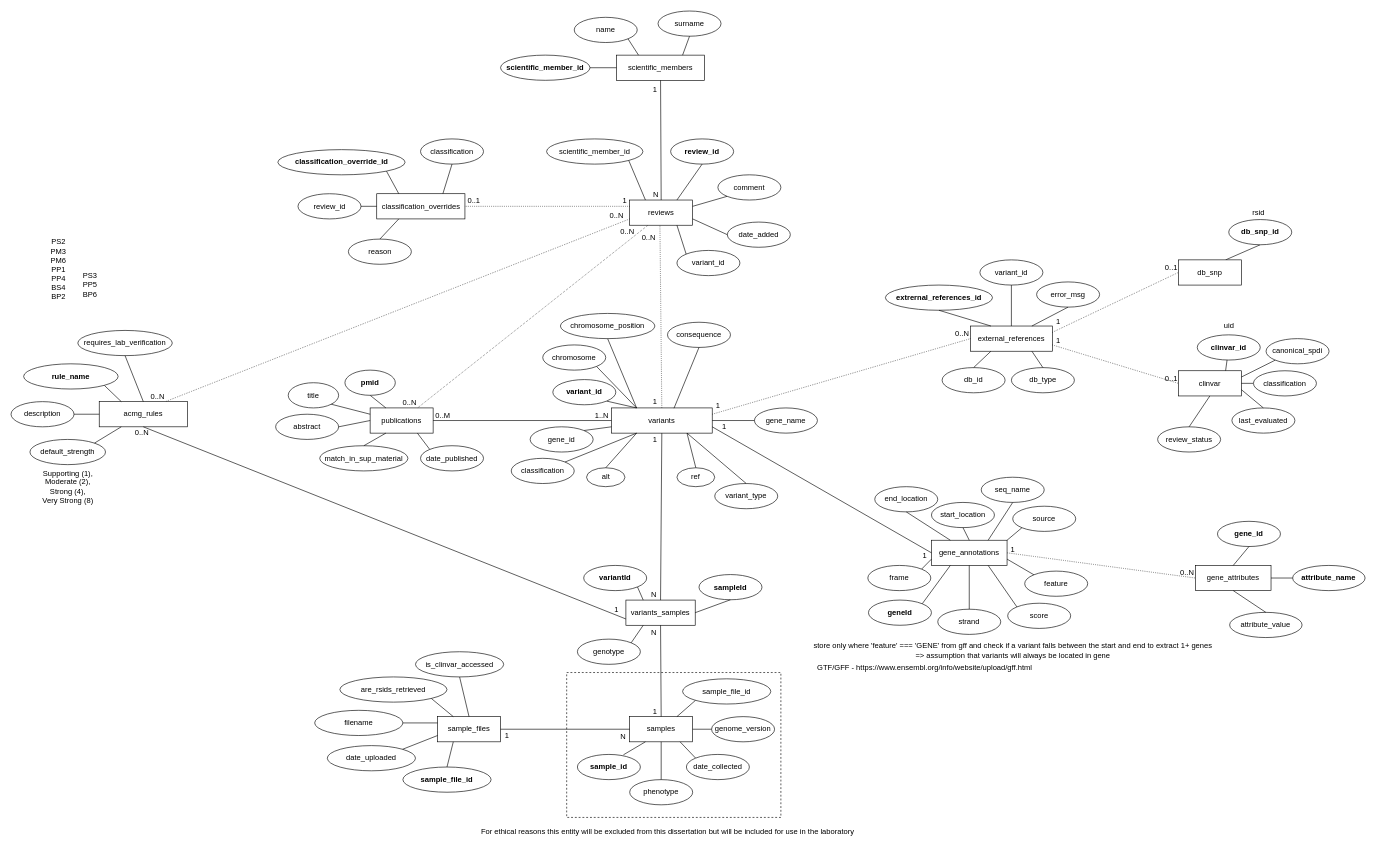
Before: page "Page-2" (2 of 2) of Flowcharts/ERD.drawio in estherspiteri/VUSVista, a draw.io diagram. Source tidied: cells renumbered, new cells numbered last; positions are measured from the earlier drawing's top-left corner, leaving out a move shared by most shapes. Both pictures are drawn from the tidied source at 63%, with x=0, y=0 at pixel (11, 11).
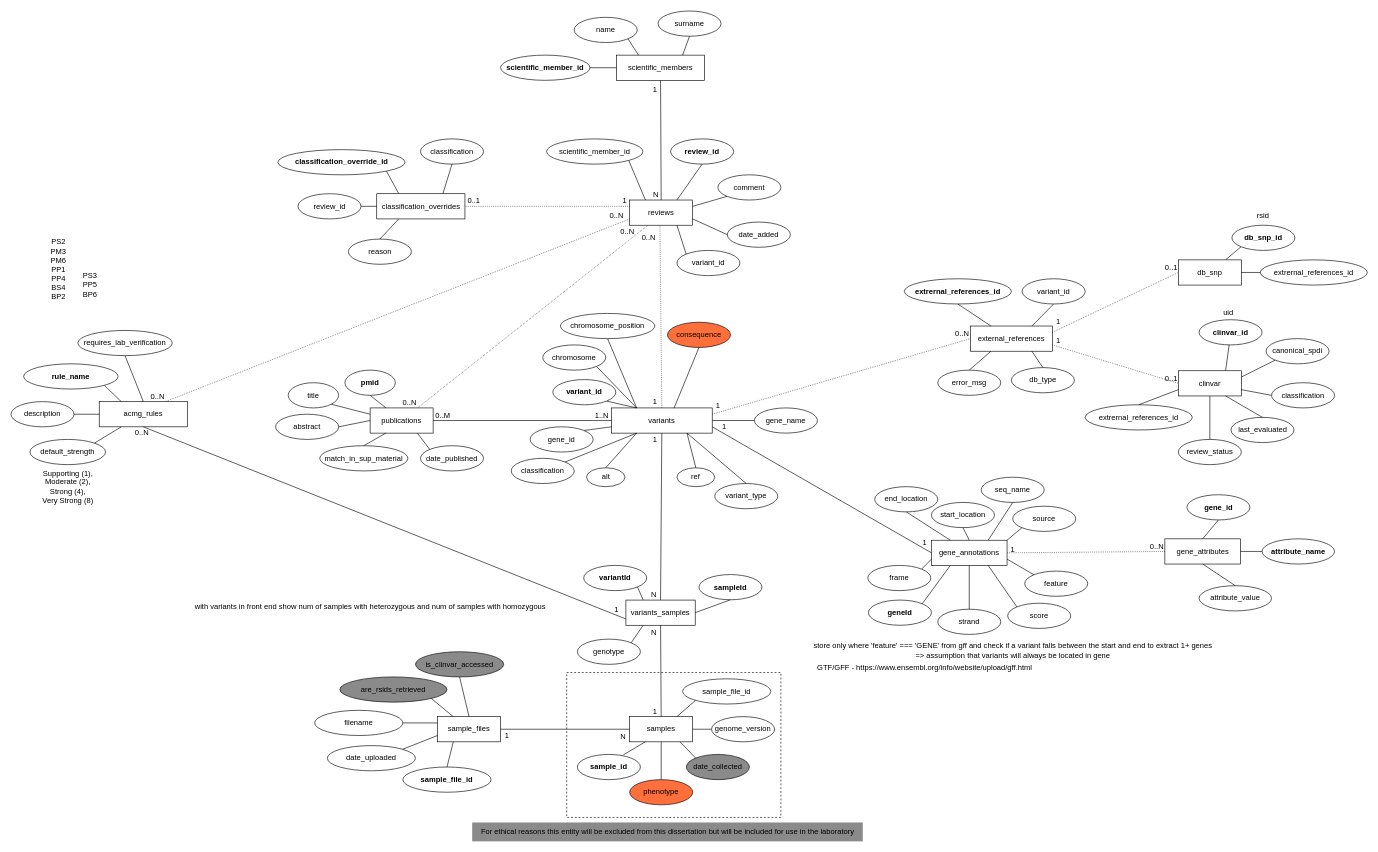
The same diagram, later.

The change refers to these unchanged cells:
```xml
<mxCell id="48" value="external_references" style="whiteSpace=wrap;html=1;align=center;" parent="1" vertex="1">
  <mxGeometry x="1522.9" y="500" width="130" height="40" as="geometry" />
</mxCell>
<mxCell id="61" style="endArrow=none;html=1;rounded=0;exitX=1;exitY=0.75;exitDx=0;exitDy=0;entryX=0;entryY=0.5;entryDx=0;entryDy=0;" parent="1" edge="1" source="3" target="31">
  <mxGeometry relative="1" as="geometry" />
</mxCell>
<mxCell id="65" value="db_snp" style="whiteSpace=wrap;html=1;align=center;" parent="1" vertex="1">
  <mxGeometry x="1852.9" y="395" width="100" height="40" as="geometry" />
</mxCell>
<mxCell id="70" value="clinvar" style="whiteSpace=wrap;html=1;align=center;" parent="1" vertex="1">
  <mxGeometry x="1852.9" y="571" width="100" height="40" as="geometry" />
</mxCell>
```

The edit, as a diff of the source:
```diff
@@
-    <mxCell id="50" value="db_id" style="ellipse;whiteSpace=wrap;html=1;align=center;" parent="1" vertex="1">
-      <mxGeometry x="1477.9" y="566" width="100" height="40" as="geometry" />
-    </mxCell>
     <mxCell id="51" value="error_msg" style="ellipse;whiteSpace=wrap;html=1;align=center;" parent="1" vertex="1">
-      <mxGeometry x="1627.9" y="430" width="100" height="40" as="geometry" />
+      <mxGeometry x="1471" y="570" width="100" height="40" as="geometry" />
     </mxCell>
-    <mxCell id="52" style="endArrow=none;html=1;rounded=0;exitX=0.5;exitY=1;exitDx=0;exitDy=0;entryX=0.75;entryY=0;entryDx=0;entryDy=0;" parent="1" edge="1" source="154" target="65">
+    <mxCell id="52" style="endArrow=none;html=1;rounded=0;exitX=0;exitY=1;exitDx=0;exitDy=0;entryX=0.75;entryY=0;entryDx=0;entryDy=0;" parent="1" edge="1" source="154" target="65">
       <mxGeometry relative="1" as="geometry" />
     </mxCell>
-    <mxCell id="53" style="endArrow=none;html=1;rounded=0;exitX=0.5;exitY=0;exitDx=0;exitDy=0;entryX=0.25;entryY=1;entryDx=0;entryDy=0;" parent="1" edge="1" source="50" target="48">
-      <mxGeometry relative="1" as="geometry" />
-    </mxCell>
-    <mxCell id="54" style="endArrow=none;html=1;rounded=0;entryX=0.75;entryY=0;entryDx=0;entryDy=0;exitX=0.5;exitY=1;exitDx=0;exitDy=0;" parent="1" edge="1" source="51" target="48">
+    <mxCell id="54" style="endArrow=none;html=1;rounded=0;entryX=0.25;entryY=1;entryDx=0;entryDy=0;exitX=0.5;exitY=0;exitDx=0;exitDy=0;" parent="1" edge="1" source="51" target="48">
       <mxGeometry relative="1" as="geometry" />
     </mxCell>
@@
     <mxCell id="62" value="1" style="html=1;whiteSpace=wrap;align=right;verticalAlign=bottom;" parent="61" vertex="1">
       <mxGeometry x="1" relative="1" as="geometry">
-        <mxPoint x="-6" y="12" as="offset" />
+        <mxPoint x="-6" y="-8" as="offset" />
       </mxGeometry>
     </mxCell>
@@
-    <mxCell id="71" style="endArrow=none;html=1;rounded=0;exitX=0;exitY=0.5;exitDx=0;exitDy=0;entryX=1;entryY=0.5;entryDx=0;entryDy=0;" parent="1" edge="1" source="72" target="70">
+    <mxCell id="71" style="endArrow=none;html=1;rounded=0;exitX=0;exitY=0.5;exitDx=0;exitDy=0;entryX=1;entryY=0.75;entryDx=0;entryDy=0;" parent="1" edge="1" source="72" target="70">
       <mxGeometry relative="1" as="geometry" />
     </mxCell>
     <mxCell id="72" value="classification" style="ellipse;whiteSpace=wrap;html=1;align=center;" parent="1" vertex="1">
-      <mxGeometry x="1972.1" y="571" width="100" height="40" as="geometry" />
+      <mxGeometry x="2000.8" y="590" width="100" height="40" as="geometry" />
     </mxCell>
@@
     <mxCell id="79" value="last_evaluated" style="ellipse;whiteSpace=wrap;html=1;align=center;" parent="1" vertex="1">
-      <mxGeometry x="1937.9" y="630" width="100" height="40" as="geometry" />
+      <mxGeometry x="1936.5" y="645" width="100" height="40" as="geometry" />
     </mxCell>
     <mxCell id="80" value="review_status" style="ellipse;whiteSpace=wrap;html=1;align=center;" parent="1" vertex="1">
-      <mxGeometry x="1820" y="660" width="100" height="40" as="geometry" />
+      <mxGeometry x="1852.9" y="680" width="100" height="40" as="geometry" />
     </mxCell>
@@
-    <mxCell id="82" style="endArrow=none;html=1;rounded=0;exitX=0.5;exitY=0;exitDx=0;exitDy=0;entryX=1;entryY=0.75;entryDx=0;entryDy=0;" parent="1" edge="1" source="79" target="70">
+    <mxCell id="82" style="endArrow=none;html=1;rounded=0;exitX=0.5;exitY=0;exitDx=0;exitDy=0;entryX=0.75;entryY=1;entryDx=0;entryDy=0;" parent="1" edge="1" source="79" target="70">
       <mxGeometry relative="1" as="geometry" />
     </mxCell>
@@
-    <mxCell id="91" value="date_collected" style="ellipse;whiteSpace=wrap;html=1;align=center;" parent="1" vertex="1">
+    <mxCell id="91" value="date_collected" style="ellipse;whiteSpace=wrap;html=1;align=center;fillColor=#8A8A8A;" parent="1" vertex="1">
       <mxGeometry x="1072" y="1180" width="100" height="40" as="geometry" />
     </mxCell>
-    <mxCell id="92" value="phenotype" style="ellipse;whiteSpace=wrap;html=1;align=center;" parent="1" vertex="1">
+    <mxCell id="92" value="phenotype" style="ellipse;whiteSpace=wrap;html=1;align=center;fillColor=#FF6F3B;" parent="1" vertex="1">
       <mxGeometry x="982" y="1220" width="100" height="40" as="geometry" />
     </mxCell>
@@
-    <mxCell id="114" value="For ethical reasons this entity will be excluded from this dissertation but will be included for use in the laboratory" style="text;html=1;align=center;verticalAlign=middle;strokeColor=none;fillColor=none;" parent="1" vertex="1">
+    <mxCell id="114" value="For ethical reasons this entity will be excluded from this dissertation but will be included for use in the laboratory" style="text;html=1;align=center;verticalAlign=middle;strokeColor=none;fillColor=#8A8A8A;" parent="1" vertex="1">
       <mxGeometry x="732" y="1288" width="620" height="30" as="geometry" />
     </mxCell>
@@
     <mxCell id="119" value="uid" style="text;html=1;align=center;verticalAlign=middle;strokeColor=none;fillColor=none;" parent="1" vertex="1">
-      <mxGeometry x="1912.9" y="484" width="40" height="30" as="geometry" />
+      <mxGeometry x="1911.5" y="464" width="40" height="30" as="geometry" />
     </mxCell>
     <mxCell id="120" value="rsid" style="text;html=1;align=center;verticalAlign=middle;strokeColor=none;fillColor=none;" parent="1" vertex="1">
-      <mxGeometry x="1960" y="305" width="40" height="30" as="geometry" />
+      <mxGeometry x="1966.5" y="310" width="40" height="30" as="geometry" />
     </mxCell>
@@
-    <mxCell id="131" value="are_rsids_retrieved" style="ellipse;whiteSpace=wrap;html=1;align=center;" parent="1" vertex="1">
+    <mxCell id="131" value="are_rsids_retrieved" style="ellipse;whiteSpace=wrap;html=1;align=center;fillColor=#8A8A8A;" parent="1" vertex="1">
       <mxGeometry x="522" y="1057" width="170" height="40" as="geometry" />
     </mxCell>
@@
-    <mxCell id="133" value="is_clinvar_accessed" style="ellipse;whiteSpace=wrap;html=1;align=center;" parent="1" vertex="1">
+    <mxCell id="133" value="is_clinvar_accessed" style="ellipse;whiteSpace=wrap;html=1;align=center;fillColor=#8A8A8A;" parent="1" vertex="1">
       <mxGeometry x="642" y="1017" width="140" height="40" as="geometry" />
     </mxCell>
@@
-    <mxCell id="140" value="consequence" style="ellipse;whiteSpace=wrap;html=1;align=center;" parent="1" vertex="1">
+    <mxCell id="140" value="consequence" style="ellipse;whiteSpace=wrap;html=1;align=center;fillColor=#FF6F3B;" parent="1" vertex="1">
       <mxGeometry x="1042" y="494" width="100" height="40" as="geometry" />
     </mxCell>
@@
     <mxCell id="152" value="&lt;b&gt;extrernal_references_id&lt;/b&gt;" style="ellipse;whiteSpace=wrap;html=1;align=center;" parent="1" vertex="1">
-      <mxGeometry x="1387.9" y="435" width="170" height="40" as="geometry" />
+      <mxGeometry x="1417.9" y="425" width="170" height="40" as="geometry" />
     </mxCell>
@@
     <mxCell id="154" value="&lt;b&gt;db_snp_id&lt;/b&gt;" style="ellipse;whiteSpace=wrap;html=1;align=center;" parent="1" vertex="1">
-      <mxGeometry x="1932.9" y="331" width="100" height="40" as="geometry" />
+      <mxGeometry x="1937.9" y="340" width="100" height="40" as="geometry" />
     </mxCell>
     <mxCell id="155" value="&lt;b&gt;clinvar_id&lt;/b&gt;" style="ellipse;whiteSpace=wrap;html=1;align=center;" parent="1" vertex="1">
-      <mxGeometry x="1882.9" y="514" width="100" height="40" as="geometry" />
+      <mxGeometry x="1885.8" y="490" width="100" height="40" as="geometry" />
     </mxCell>
@@
     <mxCell id="162" value="variant_id" style="ellipse;whiteSpace=wrap;html=1;align=center;" parent="1" vertex="1">
-      <mxGeometry x="1537.9" y="395" width="100" height="40" as="geometry" />
+      <mxGeometry x="1605" y="425" width="100" height="40" as="geometry" />
     </mxCell>
-    <mxCell id="163" style="endArrow=none;html=1;rounded=0;entryX=0.5;entryY=0;entryDx=0;entryDy=0;exitX=0.5;exitY=1;exitDx=0;exitDy=0;" parent="1" edge="1" source="162" target="48">
+    <mxCell id="163" style="endArrow=none;html=1;rounded=0;entryX=0.75;entryY=0;entryDx=0;entryDy=0;exitX=0.5;exitY=1;exitDx=0;exitDy=0;" parent="1" edge="1" source="162" target="48">
       <mxGeometry relative="1" as="geometry" />
     </mxCell>
     <mxCell id="164" value="gene_attributes" style="whiteSpace=wrap;html=1;align=center;" parent="1" vertex="1">
-      <mxGeometry x="1880" y="880" width="120" height="40" as="geometry" />
+      <mxGeometry x="1831.5" y="837.8" width="120" height="40" as="geometry" />
     </mxCell>
     <mxCell id="165" value="&lt;b&gt;gene_id&lt;/b&gt;" style="ellipse;whiteSpace=wrap;html=1;align=center;" parent="1" vertex="1">
-      <mxGeometry x="1915" y="810" width="100" height="40" as="geometry" />
+      <mxGeometry x="1866.5" y="767.8" width="100" height="40" as="geometry" />
     </mxCell>
     <mxCell id="166" value="&lt;b&gt;attribute_name&lt;/b&gt;" style="ellipse;whiteSpace=wrap;html=1;align=center;" parent="1" vertex="1">
-      <mxGeometry x="2034.3" y="880" width="115" height="40" as="geometry" />
+      <mxGeometry x="1985.8" y="837.8" width="115" height="40" as="geometry" />
     </mxCell>
     <mxCell id="167" value="attribute_value" style="ellipse;whiteSpace=wrap;html=1;align=center;" parent="1" vertex="1">
-      <mxGeometry x="1934.3" y="954.5" width="115" height="40" as="geometry" />
+      <mxGeometry x="1885.8" y="912.2" width="115" height="40" as="geometry" />
     </mxCell>
@@
+    <mxCell id="204" value="&lt;span style=&quot;font-weight: normal;&quot;&gt;extrernal_references_id&lt;/span&gt;" style="ellipse;whiteSpace=wrap;html=1;align=center;fontStyle=1;" parent="1" vertex="1">
+      <mxGeometry x="1982.9" y="395" width="170" height="40" as="geometry" />
+    </mxCell>
+    <mxCell id="205" style="endArrow=none;html=1;rounded=0;exitX=0;exitY=0.5;exitDx=0;exitDy=0;entryX=1;entryY=0.5;entryDx=0;entryDy=0;" parent="1" edge="1" source="204" target="65">
+      <mxGeometry relative="1" as="geometry" />
+    </mxCell>
+    <mxCell id="206" value="&lt;span style=&quot;font-weight: normal;&quot;&gt;extrernal_references_id&lt;/span&gt;" style="ellipse;whiteSpace=wrap;html=1;align=center;fontStyle=1;" parent="1" vertex="1">
+      <mxGeometry x="1705" y="625" width="170" height="40" as="geometry" />
+    </mxCell>
+    <mxCell id="207" style="endArrow=none;html=1;rounded=0;exitX=0.5;exitY=0;exitDx=0;exitDy=0;entryX=0;entryY=0.75;entryDx=0;entryDy=0;" parent="1" edge="1" source="206" target="70">
+      <mxGeometry relative="1" as="geometry" />
+    </mxCell>
+    <mxCell id="208" value="with variants in front end show num of samples with heterozygous and num of samples with homozygous" style="text;html=1;align=center;verticalAlign=middle;strokeColor=none;fillColor=none;" parent="1" vertex="1">
+      <mxGeometry x="280" y="930" width="580" height="30" as="geometry" />
+    </mxCell>
```
